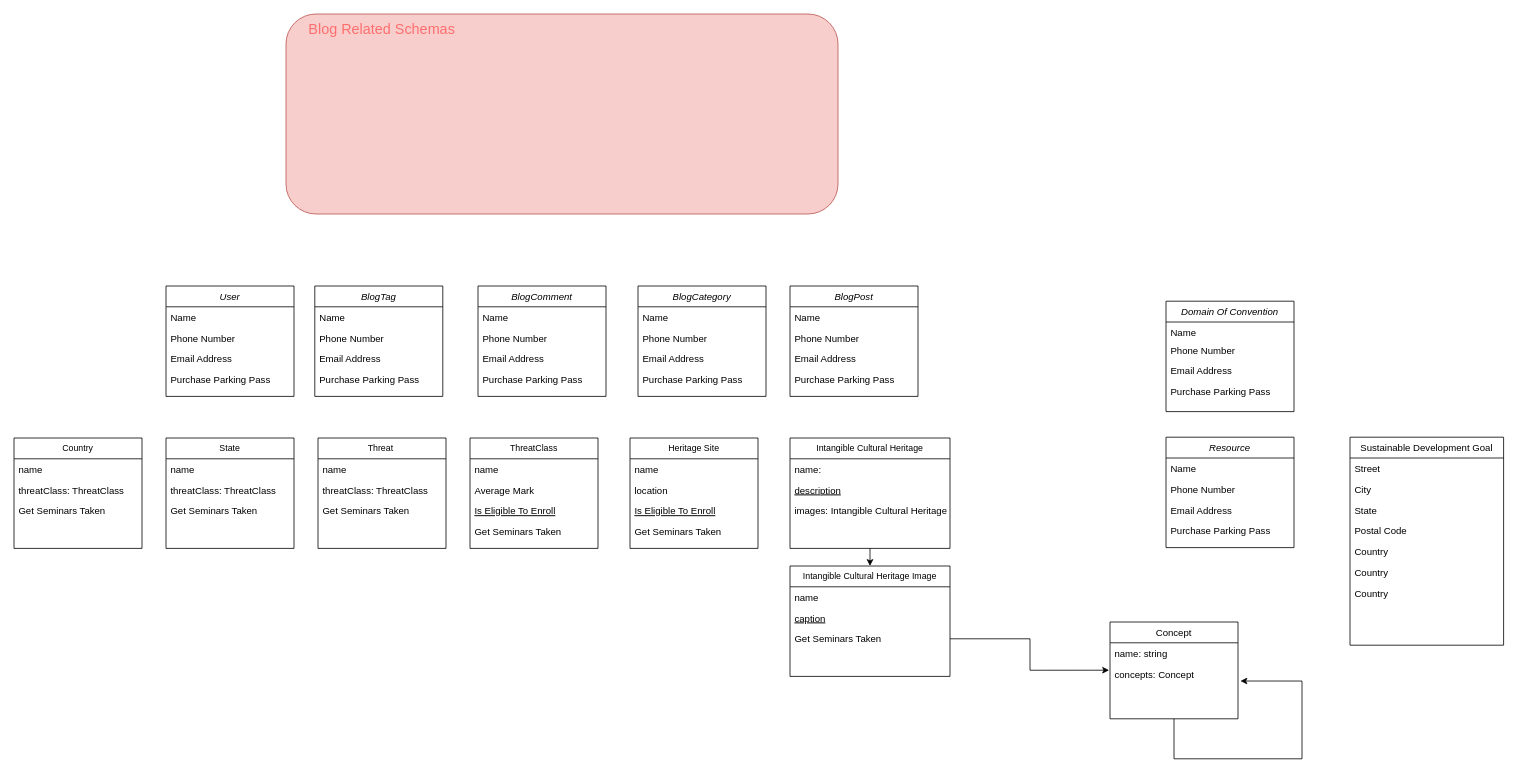
Above: Untitled Diagram.drawio in etefaghian/work-unesco (draw.io), before the change. Source tidied: cells renumbered, new cells numbered last; positions are measured from the earlier drawing's top-left corner, leaving out a move shared by most shapes. Both pictures are drawn from the tidied source at 80%, with x=0, y=0 at pixel (14, 14).
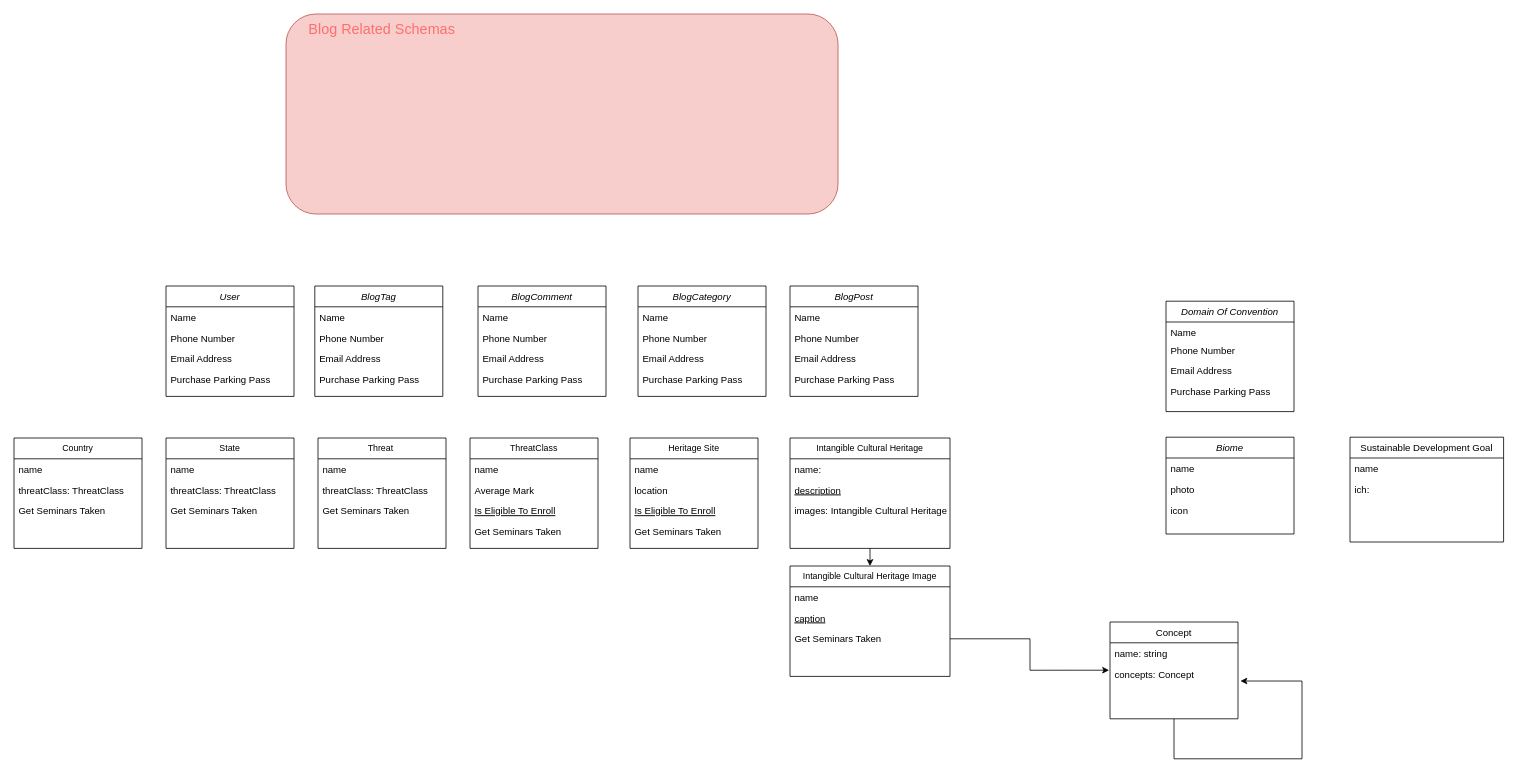
The same page after the edit.

What changed in the source:
```diff
@@
-    <mxCell id="2" value="Resource" style="swimlane;fontStyle=2;align=center;verticalAlign=top;horizontal=1;startSize=26;rounded=0;shadow=0;strokeWidth=1;" parent="1" vertex="1">
-      <mxGeometry x="1440" y="529" width="160" height="138" as="geometry" />
+    <mxCell id="2" value="Biome" style="swimlane;fontStyle=2;align=center;verticalAlign=top;horizontal=1;startSize=26;rounded=0;shadow=0;strokeWidth=1;" parent="1" vertex="1">
+      <mxGeometry x="1440" y="529" width="160" height="121" as="geometry" />
     </mxCell>
-    <mxCell id="3" value="Name" style="text;align=left;verticalAlign=top;spacingLeft=4;spacingRight=4;overflow=hidden;" parent="2" vertex="1">
+    <mxCell id="3" value="name" style="text;align=left;verticalAlign=top;spacingLeft=4;spacingRight=4;overflow=hidden;" parent="2" vertex="1">
       <mxGeometry y="26" width="160" height="26" as="geometry" />
     </mxCell>
-    <mxCell id="4" value="Phone Number" style="text;align=left;verticalAlign=top;spacingLeft=4;spacingRight=4;overflow=hidden;rounded=0;shadow=0;html=0;" parent="2" vertex="1">
+    <mxCell id="4" value="photo" style="text;align=left;verticalAlign=top;spacingLeft=4;spacingRight=4;overflow=hidden;rounded=0;shadow=0;html=0;" parent="2" vertex="1">
       <mxGeometry y="52" width="160" height="26" as="geometry" />
     </mxCell>
-    <mxCell id="5" value="Email Address" style="text;align=left;verticalAlign=top;spacingLeft=4;spacingRight=4;overflow=hidden;rounded=0;shadow=0;html=0;" parent="2" vertex="1">
+    <mxCell id="5" value="icon" style="text;align=left;verticalAlign=top;spacingLeft=4;spacingRight=4;overflow=hidden;rounded=0;shadow=0;html=0;" parent="2" vertex="1">
       <mxGeometry y="78" width="160" height="26" as="geometry" />
     </mxCell>
-    <mxCell id="6" value="Purchase Parking Pass" style="text;align=left;verticalAlign=top;spacingLeft=4;spacingRight=4;overflow=hidden;" parent="2" vertex="1">
-      <mxGeometry y="104" width="160" height="26" as="geometry" />
-    </mxCell>
@@
     <mxCell id="16" value="Sustainable Development Goal" style="swimlane;fontStyle=0;align=center;verticalAlign=top;horizontal=1;startSize=26;rounded=0;shadow=0;strokeWidth=1;" parent="1" vertex="1">
-      <mxGeometry x="1670" y="529" width="192" height="260" as="geometry" />
+      <mxGeometry x="1670" y="529" width="192" height="131" as="geometry" />
     </mxCell>
-    <mxCell id="17" value="Street" style="text;align=left;verticalAlign=top;spacingLeft=4;spacingRight=4;overflow=hidden;" parent="16" vertex="1">
+    <mxCell id="17" value="name" style="text;align=left;verticalAlign=top;spacingLeft=4;spacingRight=4;overflow=hidden;" parent="16" vertex="1">
       <mxGeometry y="26" width="192" height="26" as="geometry" />
     </mxCell>
-    <mxCell id="18" value="City" style="text;align=left;verticalAlign=top;spacingLeft=4;spacingRight=4;overflow=hidden;rounded=0;shadow=0;html=0;" parent="16" vertex="1">
+    <mxCell id="18" value="ich: " style="text;align=left;verticalAlign=top;spacingLeft=4;spacingRight=4;overflow=hidden;rounded=0;shadow=0;html=0;" parent="16" vertex="1">
       <mxGeometry y="52" width="192" height="26" as="geometry" />
     </mxCell>
-    <mxCell id="19" value="State" style="text;align=left;verticalAlign=top;spacingLeft=4;spacingRight=4;overflow=hidden;rounded=0;shadow=0;html=0;" parent="16" vertex="1">
-      <mxGeometry y="78" width="192" height="26" as="geometry" />
-    </mxCell>
-    <mxCell id="20" value="Postal Code" style="text;align=left;verticalAlign=top;spacingLeft=4;spacingRight=4;overflow=hidden;rounded=0;shadow=0;html=0;" parent="16" vertex="1">
-      <mxGeometry y="104" width="192" height="26" as="geometry" />
-    </mxCell>
-    <mxCell id="21" value="Country" style="text;align=left;verticalAlign=top;spacingLeft=4;spacingRight=4;overflow=hidden;rounded=0;shadow=0;html=0;" parent="16" vertex="1">
-      <mxGeometry y="130" width="192" height="26" as="geometry" />
-    </mxCell>
-    <mxCell id="22" value="Country" style="text;align=left;verticalAlign=top;spacingLeft=4;spacingRight=4;overflow=hidden;rounded=0;shadow=0;html=0;" parent="16" vertex="1">
-      <mxGeometry y="156" width="192" height="26" as="geometry" />
-    </mxCell>
-    <mxCell id="23" value="Country" style="text;align=left;verticalAlign=top;spacingLeft=4;spacingRight=4;overflow=hidden;rounded=0;shadow=0;html=0;" parent="16" vertex="1">
-      <mxGeometry y="182" width="192" height="26" as="geometry" />
-    </mxCell>
```
